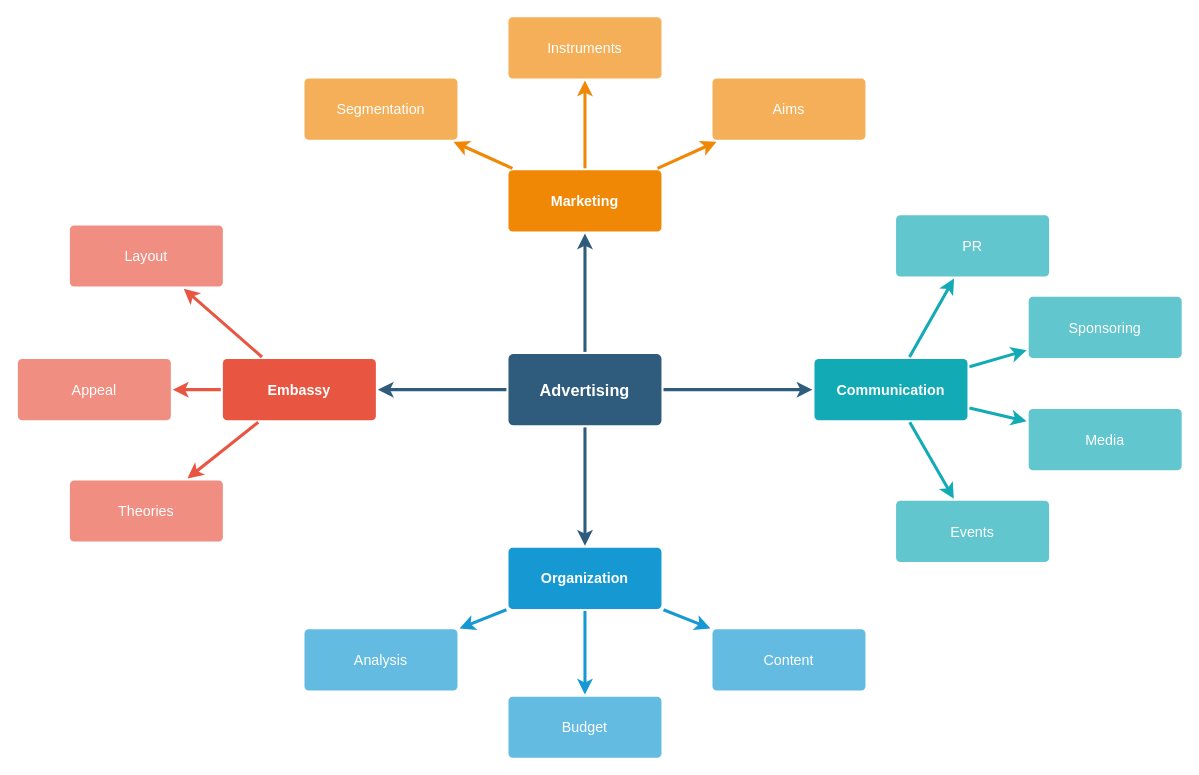
This is 제목 없는 다이어그램.drawio from Jinzin71/sparta, a draw.io file, before an edit. Source tidied: cells renumbered, new cells numbered last; positions are measured from the earlier drawing's top-left corner, leaving out a move shared by most shapes. Both pictures are drawn from the tidied source at 102%, with x=0, y=0 at pixel (17, 16).
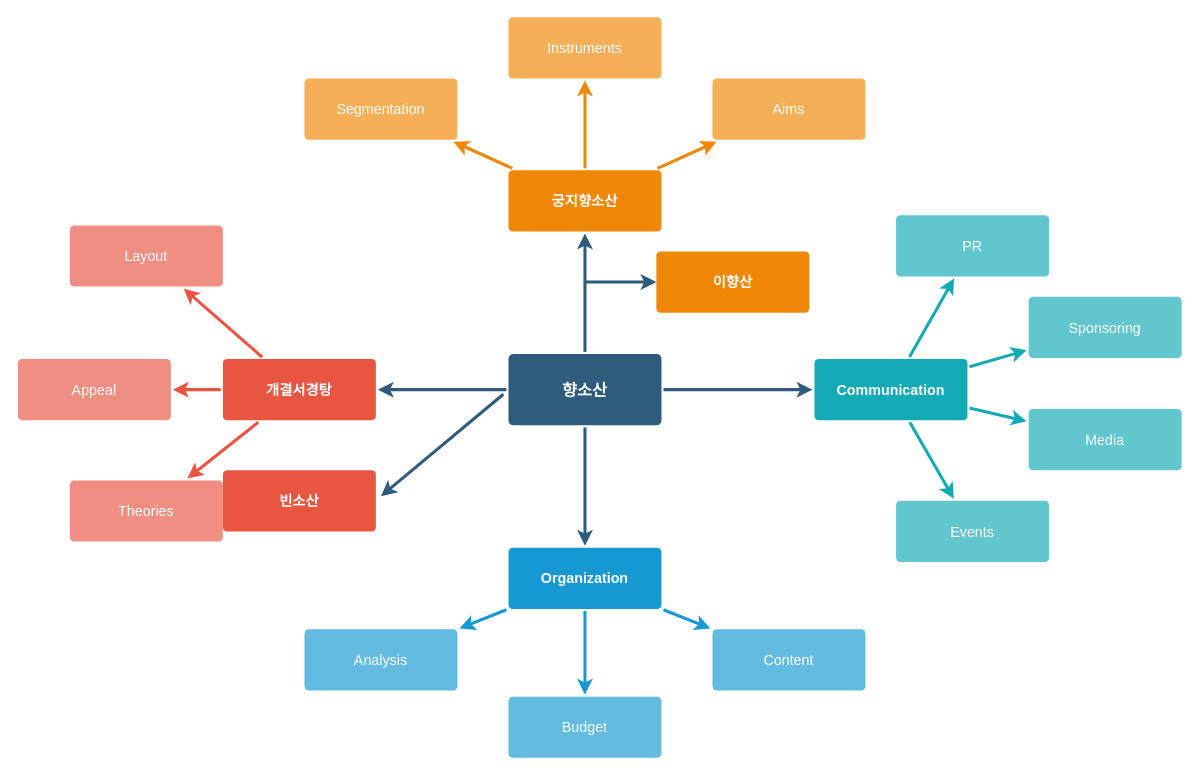
The same diagram, later.

Commit message:
향소산 다이어그램.drawio 업데이트

Diff of the diagram source:
```diff
@@
-    <mxCell id="6" value="Advertising" style="rounded=1;whiteSpace=wrap;html=1;shadow=0;labelBackgroundColor=none;strokeColor=none;strokeWidth=3;fillColor=#2F5B7C;fontFamily=Helvetica;fontSize=16;fontColor=#FFFFFF;align=center;fontStyle=1;spacing=5;arcSize=7;perimeterSpacing=2;" parent="1" vertex="1">
+    <mxCell id="6" value="향소산" style="rounded=1;whiteSpace=wrap;html=1;shadow=0;labelBackgroundColor=none;strokeColor=none;strokeWidth=3;fillColor=#2F5B7C;fontFamily=Helvetica;fontSize=16;fontColor=#FFFFFF;align=center;fontStyle=1;spacing=5;arcSize=7;perimeterSpacing=2;" parent="1" vertex="1">
       <mxGeometry x="481" y="330.5" width="150" height="70" as="geometry" />
     </mxCell>
@@
-    <mxCell id="10" value="Embassy" style="rounded=1;whiteSpace=wrap;html=1;shadow=0;labelBackgroundColor=none;strokeColor=none;strokeWidth=3;fillColor=#e85642;fontFamily=Helvetica;fontSize=14;fontColor=#FFFFFF;align=center;spacing=5;fontStyle=1;arcSize=7;perimeterSpacing=2;" parent="1" vertex="1">
+    <mxCell id="10" value="개결서경탕" style="rounded=1;whiteSpace=wrap;html=1;shadow=0;labelBackgroundColor=none;strokeColor=none;strokeWidth=3;fillColor=#e85642;fontFamily=Helvetica;fontSize=14;fontColor=#FFFFFF;align=center;spacing=5;fontStyle=1;arcSize=7;perimeterSpacing=2;" parent="1" vertex="1">
       <mxGeometry x="201" y="335.5" width="150" height="60" as="geometry" />
     </mxCell>
@@
-    <mxCell id="21" value="Marketing" style="rounded=1;whiteSpace=wrap;html=1;shadow=0;labelBackgroundColor=none;strokeColor=none;strokeWidth=3;fillColor=#F08705;fontFamily=Helvetica;fontSize=14;fontColor=#FFFFFF;align=center;spacing=5;fontStyle=1;arcSize=7;perimeterSpacing=2;" parent="1" vertex="1">
+    <mxCell id="21" value="궁지향소산" style="rounded=1;whiteSpace=wrap;html=1;shadow=0;labelBackgroundColor=none;strokeColor=none;strokeWidth=3;fillColor=#F08705;fontFamily=Helvetica;fontSize=14;fontColor=#FFFFFF;align=center;spacing=5;fontStyle=1;arcSize=7;perimeterSpacing=2;" parent="1" vertex="1">
       <mxGeometry x="481" y="150.5" width="150" height="60" as="geometry" />
     </mxCell>
@@
+    <mxCell id="37" style="edgeStyle=none;rounded=0;jumpStyle=none;html=1;shadow=0;labelBackgroundColor=none;startArrow=none;startFill=0;endArrow=classic;endFill=1;jettySize=auto;orthogonalLoop=1;strokeColor=#2F5B7C;strokeWidth=3;fontFamily=Helvetica;fontSize=16;fontColor=#23445D;spacing=5;" parent="1" edge="1">
+      <mxGeometry relative="1" as="geometry">
+        <mxPoint x="556" y="260" as="sourcePoint" />
+        <mxPoint x="626" y="260" as="targetPoint" />
+      </mxGeometry>
+    </mxCell>
+    <mxCell id="38" value="이향산" style="rounded=1;whiteSpace=wrap;html=1;shadow=0;labelBackgroundColor=none;strokeColor=none;strokeWidth=3;fillColor=#F08705;fontFamily=Helvetica;fontSize=14;fontColor=#FFFFFF;align=center;spacing=5;fontStyle=1;arcSize=7;perimeterSpacing=2;" parent="1" vertex="1">
+      <mxGeometry x="626" y="230" width="150" height="60" as="geometry" />
+    </mxCell>
+    <mxCell id="39" style="edgeStyle=none;rounded=0;jumpStyle=none;html=1;shadow=0;labelBackgroundColor=none;startArrow=none;startFill=0;endArrow=classic;endFill=1;jettySize=auto;orthogonalLoop=1;strokeColor=#2F5B7C;strokeWidth=3;fontFamily=Helvetica;fontSize=16;fontColor=#23445D;spacing=5;" parent="1" edge="1">
+      <mxGeometry relative="1" as="geometry">
+        <mxPoint x="476" y="370" as="sourcePoint" />
+        <mxPoint x="356" y="470" as="targetPoint" />
+      </mxGeometry>
+    </mxCell>
+    <mxCell id="40" value="빈소산" style="rounded=1;whiteSpace=wrap;html=1;shadow=0;labelBackgroundColor=none;strokeColor=none;strokeWidth=3;fillColor=#e85642;fontFamily=Helvetica;fontSize=14;fontColor=#FFFFFF;align=center;spacing=5;fontStyle=1;arcSize=7;perimeterSpacing=2;" parent="1" vertex="1">
+      <mxGeometry x="201" y="444.5" width="150" height="60" as="geometry" />
+    </mxCell>
```
